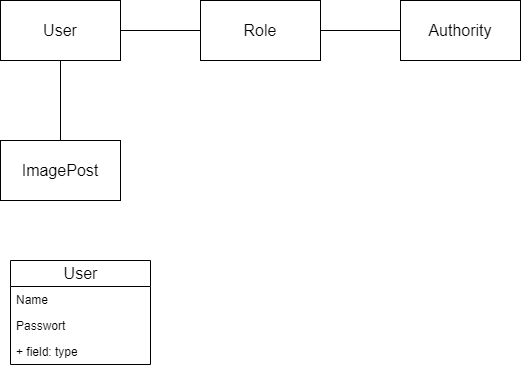
This is domainmodel.png from Saizo24/uek223-glk-npn-projektarbeit, a draw.io export, as it was before one commit. Source tidied: cells renumbered, new cells last; positions are measured from the earlier drawing's top-left corner, leaving out a move shared by most shapes.
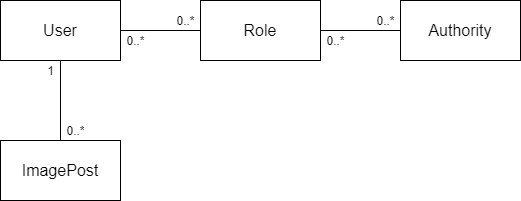
Above is the later version.

Commit message:
Updated domainmodel and imagePost

Change to the diagram source:
```diff
@@ -17,23 +17,29 @@
     <mxCell id="6" value="Authority" style="rounded=0;whiteSpace=wrap;html=1;fontSize=16;" parent="1" vertex="1">
       <mxGeometry x="400" width="120" height="60" as="geometry" />
     </mxCell>
-    <mxCell id="7" style="edgeStyle=orthogonalEdgeStyle;rounded=0;jettySize=auto;html=1;endArrow=none;endFill=0;fontSize=16;" parent="1" edge="1" source="8" target="3">
+    <mxCell id="7" style="edgeStyle=orthogonalEdgeStyle;rounded=0;jettySize=auto;html=1;endArrow=none;endFill=0;fontSize=16;startArrow=none;startFill=0;" parent="1" edge="1" source="8" target="3">
       <mxGeometry relative="1" as="geometry" />
     </mxCell>
     <mxCell id="8" value="ImagePost" style="rounded=0;whiteSpace=wrap;html=1;fontSize=16;" parent="1" vertex="1">
       <mxGeometry y="140" width="120" height="60" as="geometry" />
     </mxCell>
-    <mxCell id="9" value="User" style="swimlane;fontStyle=0;horizontal=1;startSize=26;fillColor=none;rounded=0;fontSize=16;html=1;" parent="1" vertex="1">
-      <mxGeometry x="10" y="260" width="140" height="104" as="geometry" />
-    </mxCell>
-    <mxCell id="10" value="Name" style="text;strokeColor=none;fillColor=none;align=left;verticalAlign=top;spacingLeft=4;spacingRight=4;overflow=hidden;" parent="9" vertex="1">
-      <mxGeometry y="26" width="140" height="26" as="geometry" />
-    </mxCell>
-    <mxCell id="11" value="Passwort" style="text;strokeColor=none;fillColor=none;align=left;verticalAlign=top;spacingLeft=4;spacingRight=4;overflow=hidden;" parent="9" vertex="1">
-      <mxGeometry y="52" width="140" height="26" as="geometry" />
-    </mxCell>
-    <mxCell id="12" value="+ field: type" style="text;strokeColor=none;fillColor=none;align=left;verticalAlign=top;spacingLeft=4;spacingRight=4;overflow=hidden;" parent="9" vertex="1">
-      <mxGeometry y="78" width="140" height="26" as="geometry" />
-    </mxCell>
+    <mxCell id="13" value="0..*" style="text;html=1;align=center;verticalAlign=middle;" parent="1" vertex="1">
+      <mxGeometry x="60" y="120" width="30" height="20" as="geometry" />
+    </mxCell>
+    <mxCell id="14" value="0..*" style="text;html=1;align=center;verticalAlign=middle;" parent="1" vertex="1">
+      <mxGeometry x="170" y="10" width="30" height="20" as="geometry" />
+    </mxCell>
+    <mxCell id="15" value="0..*" style="text;html=1;align=center;verticalAlign=middle;" parent="1" vertex="1">
+      <mxGeometry x="370" y="10" width="30" height="20" as="geometry" />
+    </mxCell>
+    <mxCell id="16" value="0..*" style="text;html=1;align=center;verticalAlign=middle;" parent="1" vertex="1">
+      <mxGeometry x="320" y="30" width="30" height="20" as="geometry" />
+    </mxCell>
+    <mxCell id="17" value="0..*" style="text;html=1;align=center;verticalAlign=middle;" parent="1" vertex="1">
+      <mxGeometry x="120" y="30" width="30" height="20" as="geometry" />
+    </mxCell>
+    <mxCell id="18" value="1" style="text;html=1;align=center;verticalAlign=middle;" parent="1" vertex="1">
+      <mxGeometry x="40" y="60" width="20" height="20" as="geometry" />
+    </mxCell>
   </root>
 </mxGraphModel>
```
